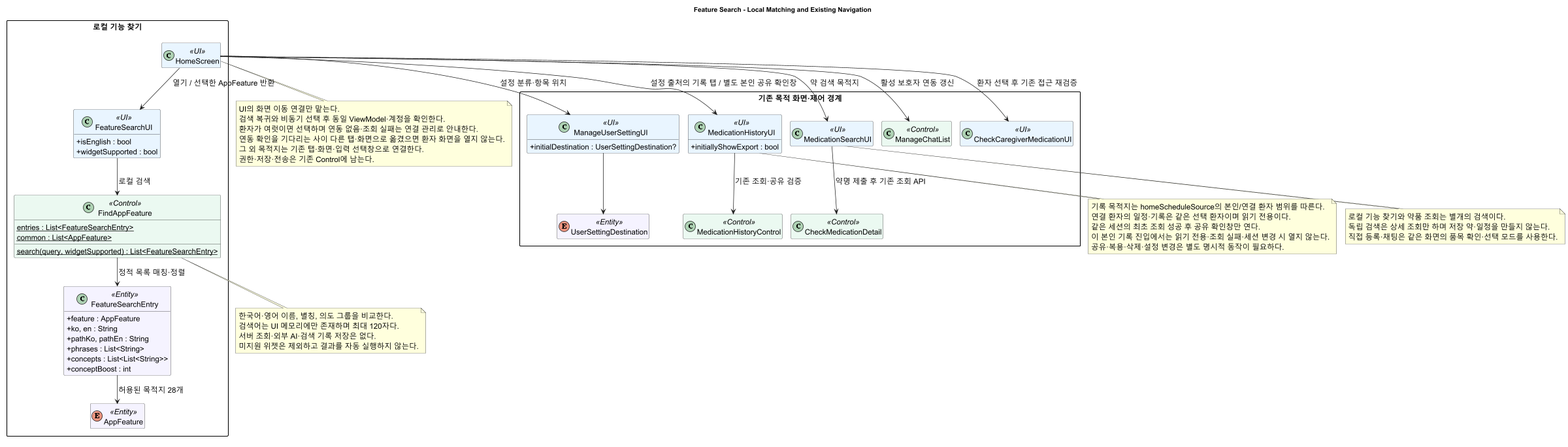
Above: docs/UML/class/08_FeatureSearch.png in 1window2/MedBuddy (PlantUML), before the change.
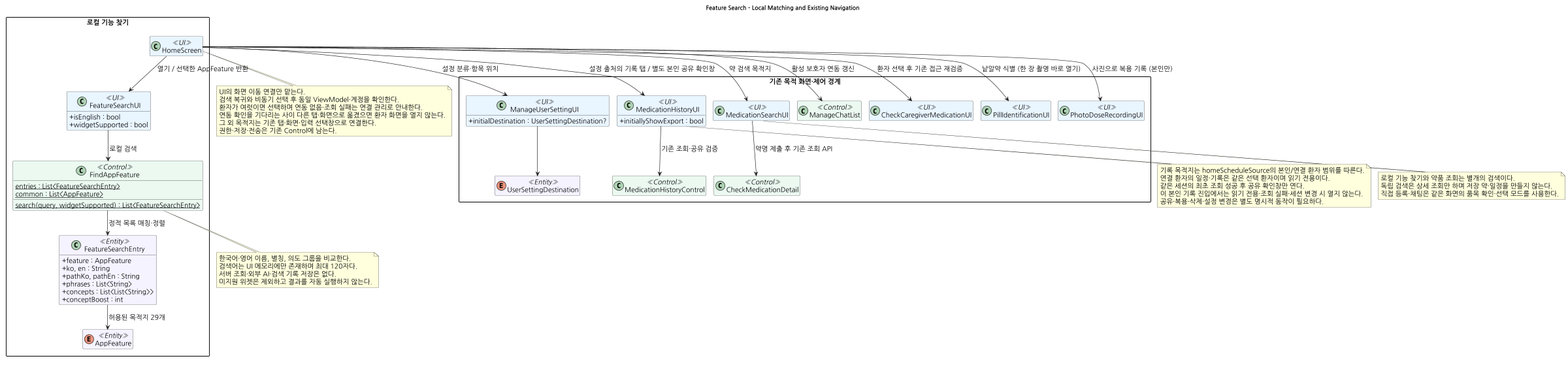
After the commit.

Change to the diagram source:
```diff
@@ -51,13 +51,17 @@
   class CheckMedicationDetail <<Control>>
   class ManageChatList <<Control>>
   class CheckCaregiverMedicationUI <<UI>>
+  class PillIdentificationUI <<UI>>
+  class PhotoDoseRecordingUI <<UI>>
 }
 
 HomeScreen --> FeatureSearchUI : 열기 / 선택한 AppFeature 반환
 FeatureSearchUI --> FindAppFeature : 로컬 검색
 FindAppFeature --> FeatureSearchEntry : 정적 목록 매칭·정렬
-FeatureSearchEntry --> AppFeature : 허용된 목적지 28개
+FeatureSearchEntry --> AppFeature : 허용된 목적지 29개
 HomeScreen --> MedicationSearchUI : 약 검색 목적지
+HomeScreen --> PillIdentificationUI : 낱알약 식별 (한 장 촬영 바로 열기)
+HomeScreen --> PhotoDoseRecordingUI : 사진으로 복용 기록 (본인만)
 MedicationSearchUI --> CheckMedicationDetail : 약명 제출 후 기존 조회 API
 note bottom of MedicationSearchUI
   로컬 기능 찾기와 약품 조회는 별개의 검색이다.
```
